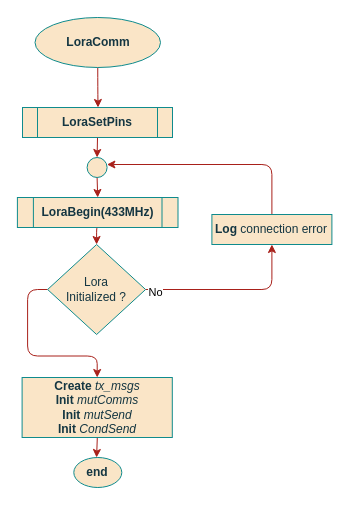
The draw.io diagram page "Constructor" (2 of 4) of documentation/flowcharts/Classes/CLoraComm.drawio in ESRGgroup9/slipad, before the edit. Source tidied: cells renumbered, new cells numbered last; positions are measured from the earlier drawing's top-left corner, leaving out a move shared by most shapes. Both pictures are drawn from the tidied source at 100%, with x=0, y=0 at pixel (17, 17).
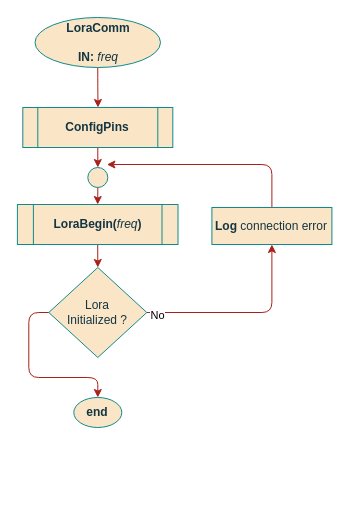
The same page after the edit.

Change to the diagram source:
```diff
@@
-    <mxCell id="3" value="LoraComm" style="ellipse;whiteSpace=wrap;html=1;fillColor=#FAE5C7;strokeColor=#0F8B8D;fontColor=#143642;fontStyle=1;" parent="1" vertex="1">
+    <mxCell id="3" value="&lt;div&gt;LoraComm&lt;/div&gt;&lt;div&gt;&lt;br&gt;&lt;/div&gt;&lt;div&gt;IN: &lt;span style=&quot;font-weight: normal&quot;&gt;&lt;i&gt;freq&lt;/i&gt;&lt;/span&gt;&lt;br&gt;&lt;/div&gt;" style="ellipse;whiteSpace=wrap;html=1;fillColor=#FAE5C7;strokeColor=#0F8B8D;fontColor=#143642;fontStyle=1;" parent="1" vertex="1">
       <mxGeometry x="17.5" width="125.5" height="50" as="geometry" />
     </mxCell>
     <mxCell id="4" value="end" style="ellipse;whiteSpace=wrap;html=1;fillColor=#FAE5C7;strokeColor=#0F8B8D;fontColor=#143642;fontStyle=1;" parent="1" vertex="1">
-      <mxGeometry x="56.3" y="440" width="48" height="30" as="geometry" />
+      <mxGeometry x="56.3" y="380" width="48" height="30" as="geometry" />
     </mxCell>
@@
-    <mxCell id="6" value="LoraBegin(433MHz)" style="shape=process;whiteSpace=wrap;html=1;backgroundOutline=1;rounded=0;sketch=0;fontColor=#143642;strokeColor=#0F8B8D;fillColor=#FAE5C7;fontStyle=1;" parent="1" vertex="1">
-      <mxGeometry x="-0.1" y="180" width="160.6" height="30" as="geometry" />
+    <mxCell id="6" value="LoraBegin(&lt;i&gt;&lt;span style=&quot;font-weight: normal&quot;&gt;freq&lt;/span&gt;&lt;/i&gt;)" style="shape=process;whiteSpace=wrap;html=1;backgroundOutline=1;rounded=0;sketch=0;fontColor=#143642;strokeColor=#0F8B8D;fillColor=#FAE5C7;fontStyle=1;" parent="1" vertex="1">
+      <mxGeometry x="-0.1" y="187" width="160.6" height="40" as="geometry" />
     </mxCell>
@@
-    <mxCell id="10" style="edgeStyle=orthogonalEdgeStyle;rounded=1;jettySize=auto;html=1;exitX=0;exitY=0.5;exitDx=0;exitDy=0;entryX=0.5;entryY=0;entryDx=0;entryDy=0;strokeColor=#A8201A;" parent="1" edge="1" source="11" target="18">
+    <mxCell id="10" style="edgeStyle=orthogonalEdgeStyle;rounded=1;jettySize=auto;html=1;exitX=0;exitY=0.5;exitDx=0;exitDy=0;entryX=0.5;entryY=0;entryDx=0;entryDy=0;strokeColor=#A8201A;" parent="1" edge="1" source="11" target="4">
       <mxGeometry relative="1" as="geometry" />
     </mxCell>
     <mxCell id="11" value="&lt;div&gt;Lora&lt;/div&gt;&lt;div&gt;Initialized ?&lt;/div&gt;" style="rhombus;whiteSpace=wrap;html=1;rounded=0;sketch=0;fontColor=#143642;strokeColor=#0F8B8D;fillColor=#FAE5C7;" parent="1" vertex="1">
-      <mxGeometry x="30.1" y="227" width="98" height="90" as="geometry" />
+      <mxGeometry x="31.3" y="250" width="98" height="90" as="geometry" />
     </mxCell>
@@
-    <mxCell id="14" value="LoraSetPins" style="shape=process;whiteSpace=wrap;html=1;backgroundOutline=1;rounded=0;sketch=0;fontColor=#143642;strokeColor=#0F8B8D;fillColor=#FAE5C7;fontStyle=1;" parent="1" vertex="1">
-      <mxGeometry x="5" y="90" width="150" height="30" as="geometry" />
+    <mxCell id="14" value="ConfigPins" style="shape=process;whiteSpace=wrap;html=1;backgroundOutline=1;rounded=0;sketch=0;fontColor=#143642;strokeColor=#0F8B8D;fillColor=#FAE5C7;fontStyle=1;" parent="1" vertex="1">
+      <mxGeometry x="5.3" y="90" width="150" height="40" as="geometry" />
     </mxCell>
     <mxCell id="15" style="ellipse;whiteSpace=wrap;html=1;rounded=0;sketch=0;fontColor=#143642;strokeColor=#0F8B8D;fillColor=#FAE5C7;" parent="1" vertex="1">
-      <mxGeometry x="69.6" y="140" width="20" height="20" as="geometry" />
+      <mxGeometry x="70.3" y="150" width="20" height="20" as="geometry" />
     </mxCell>
     <mxCell id="16" value="&lt;b&gt;Log&lt;/b&gt; connection error" style="rounded=0;whiteSpace=wrap;html=1;sketch=0;fontColor=#143642;strokeColor=#0F8B8D;fillColor=#FAE5C7;" parent="1" vertex="1">
-      <mxGeometry x="194.4" y="197" width="120" height="30" as="geometry" />
+      <mxGeometry x="194.4" y="190" width="120" height="37" as="geometry" />
     </mxCell>
-    <mxCell id="17" style="edgeStyle=orthogonalEdgeStyle;rounded=1;orthogonalLoop=1;jettySize=auto;html=1;exitX=0.5;exitY=1;exitDx=0;exitDy=0;entryX=0.5;entryY=0;entryDx=0;entryDy=0;strokeColor=#A8201A;" parent="1" edge="1">
-      <mxGeometry relative="1" as="geometry">
-        <mxPoint x="79.8" y="420" as="sourcePoint" />
-        <mxPoint x="79.1" y="440" as="targetPoint" />
-      </mxGeometry>
-    </mxCell>
-    <mxCell id="18" value="&lt;div&gt;&lt;b&gt;Create&lt;/b&gt; &lt;i&gt;tx_msgs&lt;/i&gt;&lt;/div&gt;&lt;div&gt;&lt;b&gt;Init &lt;/b&gt;&lt;i&gt;mutComms&lt;/i&gt;&lt;/div&gt;&lt;div&gt;&lt;b&gt;Init &lt;/b&gt;&lt;i&gt;mutSend&lt;/i&gt;&lt;/div&gt;&lt;div&gt;&lt;b&gt;Init&lt;/b&gt; &lt;i&gt;CondSend&lt;/i&gt;&lt;br&gt;&lt;/div&gt;" style="rounded=0;whiteSpace=wrap;html=1;sketch=0;fontColor=#143642;strokeColor=#0F8B8D;fillColor=#FAE5C7;" parent="1" vertex="1">
-      <mxGeometry x="4.6" y="360" width="150.2" height="60" as="geometry" />
-    </mxCell>
```
